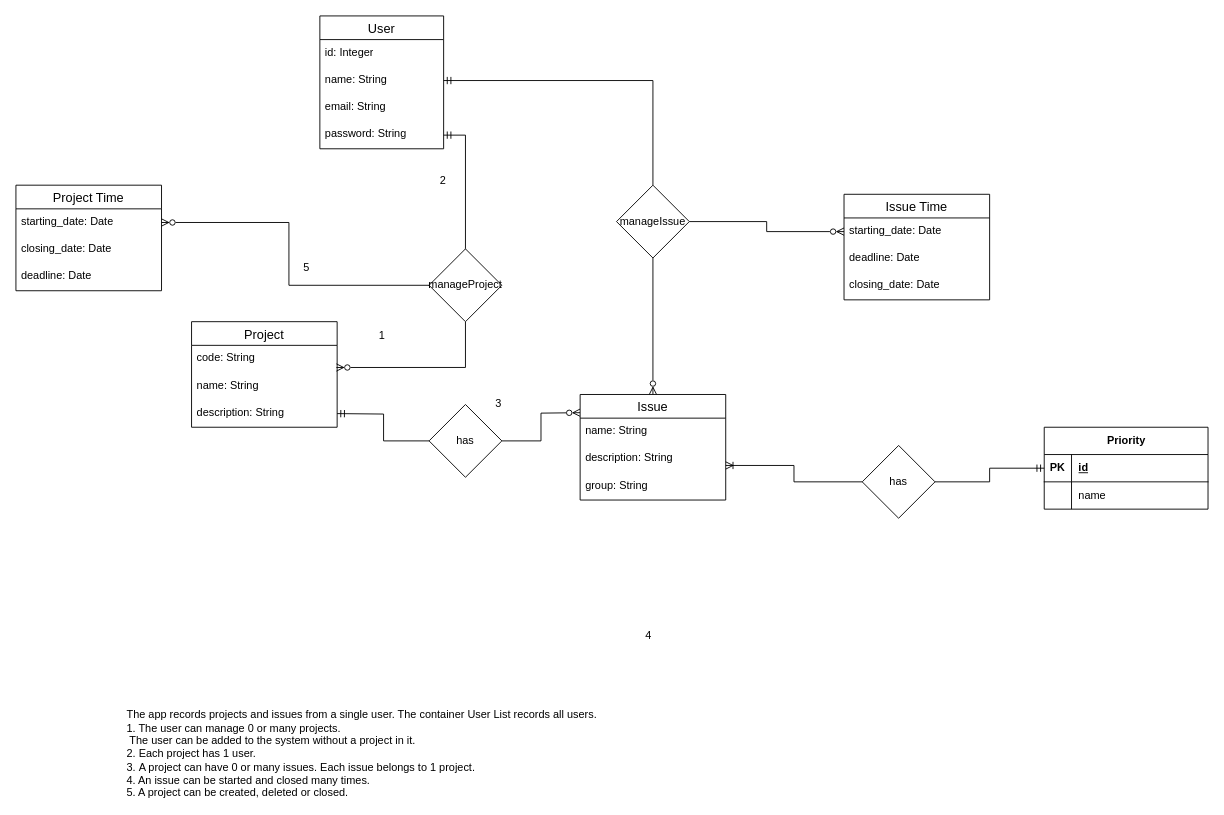
andrevier/issue_tracker keeps this draw.io diagram as images/data_model.drawio. Above is the earlier version. Source tidied: cells renumbered, new cells numbered last; positions are measured from the earlier drawing's top-left corner, leaving out a move shared by most shapes. Both pictures are drawn from the tidied source at 91%, with x=0, y=0 at pixel (15, 15).
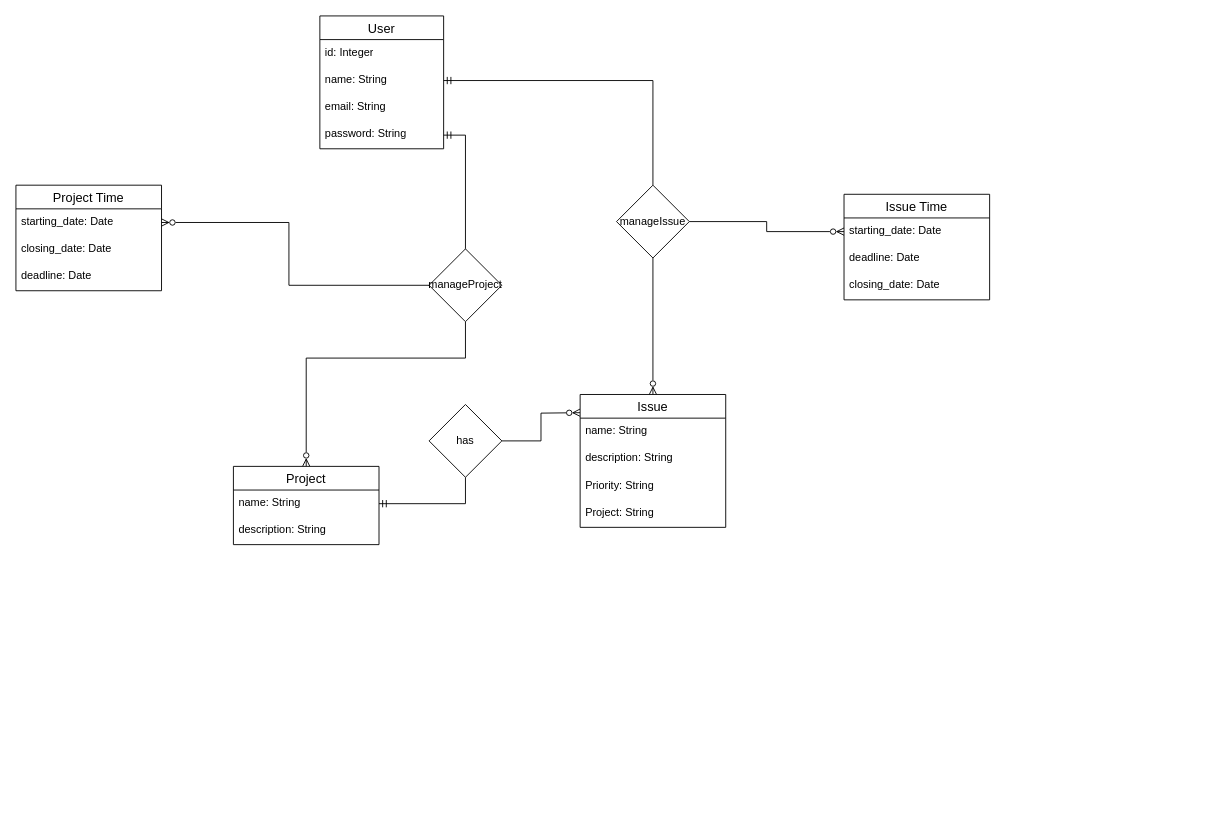
The same diagram, later.

Commit message (it also covers changes not shown here):
Update the schema and entity-relationship diagram.

Unchanged cells that the change refers to:
```xml
<mxCell id="8" value="has" style="rhombus;whiteSpace=wrap;html=1;" parent="1" vertex="1">
  <mxGeometry x="454" y="427" width="80" height="80" as="geometry" />
</mxCell>
<mxCell id="12" value="manageProject" style="rhombus;whiteSpace=wrap;html=1;" parent="1" vertex="1">
  <mxGeometry x="454" y="256" width="80" height="80" as="geometry" />
</mxCell>
<mxCell id="23" value="description: String" style="text;strokeColor=none;fillColor=none;spacingLeft=4;spacingRight=4;overflow=hidden;points=[[0,0.5],[1,0.5]];portConstraint=eastwest;fontSize=12;whiteSpace=wrap;html=1;" parent="21" vertex="1">
  <mxGeometry y="56" width="160" height="30" as="geometry" />
</mxCell>
```

Diff of the diagram source:
```diff
@@
-    <mxCell id="7" style="edgeStyle=orthogonalEdgeStyle;rounded=0;jettySize=auto;html=1;endArrow=ERmandOne;endFill=0;" parent="1" edge="1" source="8">
-      <mxGeometry relative="1" as="geometry">
-        <mxPoint x="353" y="437" as="targetPoint" />
-      </mxGeometry>
+    <mxCell id="7" style="edgeStyle=orthogonalEdgeStyle;rounded=0;jettySize=auto;html=1;endArrow=ERmandOne;endFill=0;entryX=1;entryY=0.5;entryDx=0;entryDy=0;" parent="1" edge="1" source="8" target="31">
+      <mxGeometry relative="1" as="geometry" />
     </mxCell>
@@
-    <mxCell id="10" style="edgeStyle=orthogonalEdgeStyle;rounded=0;jettySize=auto;html=1;entryX=0.995;entryY=0.811;entryDx=0;entryDy=0;entryPerimeter=0;endArrow=ERzeroToMany;endFill=0;" parent="1" edge="1" source="12" target="30">
-      <mxGeometry relative="1" as="geometry" />
+    <mxCell id="10" style="edgeStyle=orthogonalEdgeStyle;rounded=0;jettySize=auto;html=1;endArrow=ERzeroToMany;endFill=0;entryX=0.5;entryY=0;entryDx=0;entryDy=0;" parent="1" edge="1" source="12" target="29">
+      <mxGeometry relative="1" as="geometry">
+        <Array as="points">
+          <mxPoint x="494" y="376" />
+          <mxPoint x="319" y="376" />
+        </Array>
+      </mxGeometry>
     </mxCell>
@@
-    <mxCell id="13" value="The app records projects and issues from a single user. The container User List records all users.&lt;br&gt;1. The user can manage 0 or many projects. &lt;br&gt;&lt;span style=&quot;white-space: pre;&quot;&gt; &lt;/span&gt;The user can be added to the system without a project in it.&lt;br&gt;2. Each project has 1 user.&lt;br&gt;3.&amp;nbsp;A project can have 0 or many issues. Each issue belongs to 1 project.&lt;br&gt;4. An issue can be started and closed many times.&lt;br&gt;5. A project can be created, deleted or closed." style="text;html=1;strokeColor=none;fillColor=none;align=left;verticalAlign=middle;whiteSpace=wrap;rounded=0;" parent="1" vertex="1">
-      <mxGeometry x="120" y="796" width="610" height="30" as="geometry" />
-    </mxCell>
-    <mxCell id="14" value="1" style="text;html=1;align=center;verticalAlign=middle;strokeColor=none;fillColor=none;" parent="1" vertex="1">
-      <mxGeometry x="387" y="336" width="30" height="30" as="geometry" />
-    </mxCell>
-    <mxCell id="15" value="2" style="text;html=1;align=center;verticalAlign=middle;strokeColor=none;fillColor=none;" parent="1" vertex="1">
-      <mxGeometry x="454" y="166" width="30" height="30" as="geometry" />
-    </mxCell>
@@
     <mxCell id="21" value="Issue" style="swimlane;fontStyle=0;horizontal=1;startSize=26;align=center;fontSize=14;" parent="1" vertex="1">
-      <mxGeometry x="620" y="416" width="160" height="116" as="geometry" />
+      <mxGeometry x="620" y="416" width="160" height="146" as="geometry" />
     </mxCell>
@@
+    <mxCell id="50" value="Priority: String" style="text;strokeColor=none;fillColor=none;spacingLeft=4;spacingRight=4;overflow=hidden;fontSize=12;whiteSpace=wrap;html=1;" parent="21" vertex="1">
+      <mxGeometry y="86" width="160" height="30" as="geometry" />
+    </mxCell>
-    <mxCell id="24" value="group: String" style="text;strokeColor=none;fillColor=none;spacingLeft=4;spacingRight=4;overflow=hidden;fontSize=12;whiteSpace=wrap;html=1;" parent="21" vertex="1">
-      <mxGeometry y="86" width="160" height="30" as="geometry" />
+    <mxCell id="24" value="Project: String" style="text;strokeColor=none;fillColor=none;spacingLeft=4;spacingRight=4;overflow=hidden;fontSize=12;whiteSpace=wrap;html=1;" parent="21" vertex="1">
+      <mxGeometry y="116" width="160" height="30" as="geometry" />
     </mxCell>
@@
     <mxCell id="29" value="Project" style="swimlane;fontStyle=0;horizontal=1;startSize=26;align=center;fontSize=14;" parent="1" vertex="1">
-      <mxGeometry x="193" y="336" width="160" height="116" as="geometry" />
+      <mxGeometry x="239" y="495" width="160" height="86" as="geometry" />
     </mxCell>
-    <mxCell id="30" value="code: String" style="text;strokeColor=none;fillColor=none;spacingLeft=4;spacingRight=4;overflow=hidden;points=[[0,0.5],[1,0.5]];portConstraint=eastwest;fontSize=12;whiteSpace=wrap;html=1;" parent="29" vertex="1">
-      <mxGeometry y="26" width="160" height="30" as="geometry" />
-    </mxCell>
     <mxCell id="31" value="name: String" style="text;strokeColor=none;fillColor=none;spacingLeft=4;spacingRight=4;overflow=hidden;points=[[0,0.5],[1,0.5]];portConstraint=eastwest;fontSize=12;whiteSpace=wrap;html=1;" parent="29" vertex="1">
-      <mxGeometry y="56" width="160" height="30" as="geometry" />
+      <mxGeometry y="26" width="160" height="30" as="geometry" />
     </mxCell>
     <mxCell id="32" value="description: String" style="text;strokeColor=none;fillColor=none;spacingLeft=4;spacingRight=4;overflow=hidden;fontSize=12;whiteSpace=wrap;html=1;" parent="29" vertex="1">
-      <mxGeometry y="86" width="160" height="30" as="geometry" />
+      <mxGeometry y="56" width="160" height="30" as="geometry" />
     </mxCell>
-    <mxCell id="33" value="4" style="text;html=1;align=center;verticalAlign=middle;strokeColor=none;fillColor=none;" parent="1" vertex="1">
-      <mxGeometry x="680" y="666" width="30" height="30" as="geometry" />
-    </mxCell>
-    <mxCell id="34" value="3" style="text;html=1;align=center;verticalAlign=middle;strokeColor=none;fillColor=none;" parent="1" vertex="1">
-      <mxGeometry x="515" y="411" width="30" height="30" as="geometry" />
-    </mxCell>
@@
-    <mxCell id="39" value="5" style="text;html=1;align=center;verticalAlign=middle;strokeColor=none;fillColor=none;" parent="1" vertex="1">
-      <mxGeometry x="304" y="262" width="30" height="30" as="geometry" />
-    </mxCell>
-    <mxCell id="40" value="Priority" style="shape=table;startSize=30;childLayout=tableLayout;rowLines=0;fontStyle=1;align=center;html=1;" parent="1" vertex="1">
-      <mxGeometry x="1130" y="452" width="180" height="90" as="geometry" />
-    </mxCell>
-    <mxCell id="41" style="shape=tableRow;horizontal=0;startSize=0;swimlaneHead=0;swimlaneBody=0;fillColor=none;points=[[0,0.5],[1,0.5]];portConstraint=eastwest;top=0;left=0;right=0;bottom=1;" parent="40" vertex="1">
-      <mxGeometry y="30" width="180" height="30" as="geometry" />
-    </mxCell>
-    <mxCell id="42" value="PK" style="shape=partialRectangle;fillColor=none;top=0;left=0;bottom=0;right=0;fontStyle=1;overflow=hidden;whiteSpace=wrap;html=1;" parent="41" vertex="1">
-      <mxGeometry width="30" height="30" as="geometry" />
-    </mxCell>
-    <mxCell id="43" value="id" style="shape=partialRectangle;fillColor=none;top=0;left=0;bottom=0;right=0;align=left;spacingLeft=6;fontStyle=5;overflow=hidden;whiteSpace=wrap;html=1;" parent="41" vertex="1">
-      <mxGeometry x="30" width="150" height="30" as="geometry" />
-    </mxCell>
-    <mxCell id="44" style="shape=tableRow;horizontal=0;startSize=0;swimlaneHead=0;swimlaneBody=0;fillColor=none;top=0;left=0;right=0;bottom=0;" parent="40" vertex="1">
-      <mxGeometry y="60" width="180" height="30" as="geometry" />
-    </mxCell>
-    <mxCell id="45" style="shape=partialRectangle;fillColor=none;top=0;left=0;bottom=0;right=0;overflow=hidden;whiteSpace=wrap;html=1;" parent="44" vertex="1">
-      <mxGeometry width="30" height="30" as="geometry" />
-    </mxCell>
-    <mxCell id="46" value="name" style="shape=partialRectangle;fillColor=none;top=0;left=0;bottom=0;right=0;align=left;spacingLeft=6;overflow=hidden;whiteSpace=wrap;html=1;" parent="44" vertex="1">
-      <mxGeometry x="30" width="150" height="30" as="geometry" />
-    </mxCell>
-    <mxCell id="47" style="edgeStyle=orthogonalEdgeStyle;rounded=0;jettySize=auto;html=1;entryX=0;entryY=0.5;entryDx=0;entryDy=0;endArrow=ERmandOne;endFill=0;" parent="1" edge="1" source="49" target="41">
-      <mxGeometry relative="1" as="geometry" />
-    </mxCell>
-    <mxCell id="48" style="edgeStyle=orthogonalEdgeStyle;rounded=0;jettySize=auto;html=1;entryX=1;entryY=0.733;entryDx=0;entryDy=0;entryPerimeter=0;endArrow=ERoneToMany;endFill=0;" parent="1" edge="1" source="49" target="23">
-      <mxGeometry relative="1" as="geometry" />
-    </mxCell>
-    <mxCell id="49" value="has" style="rhombus;whiteSpace=wrap;html=1;" parent="1" vertex="1">
-      <mxGeometry x="930" y="472" width="80" height="80" as="geometry" />
-    </mxCell>
```
